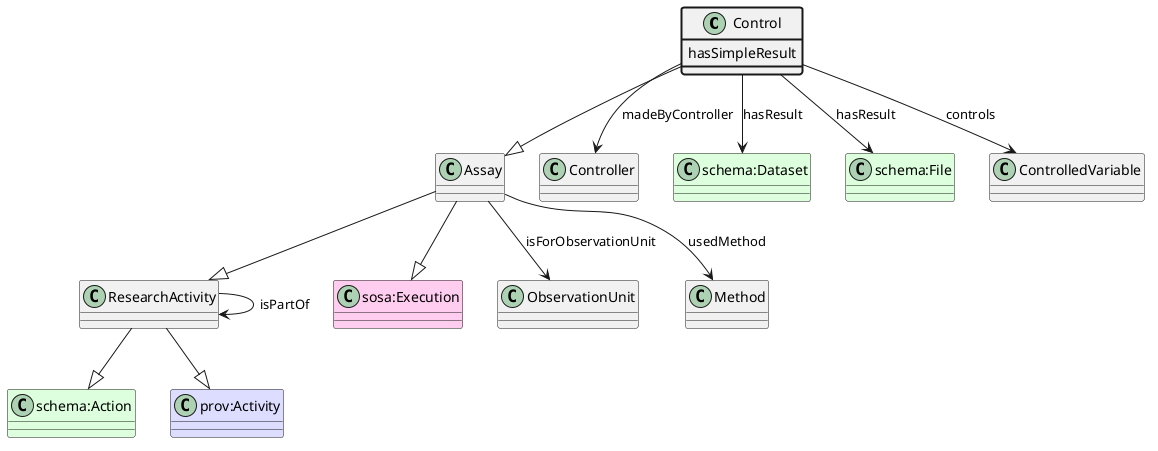
Earlier version of the PlantUML export ttl_uml/ttl_appn_Control.png (aus-plant-phenomics-network/appn-schema).
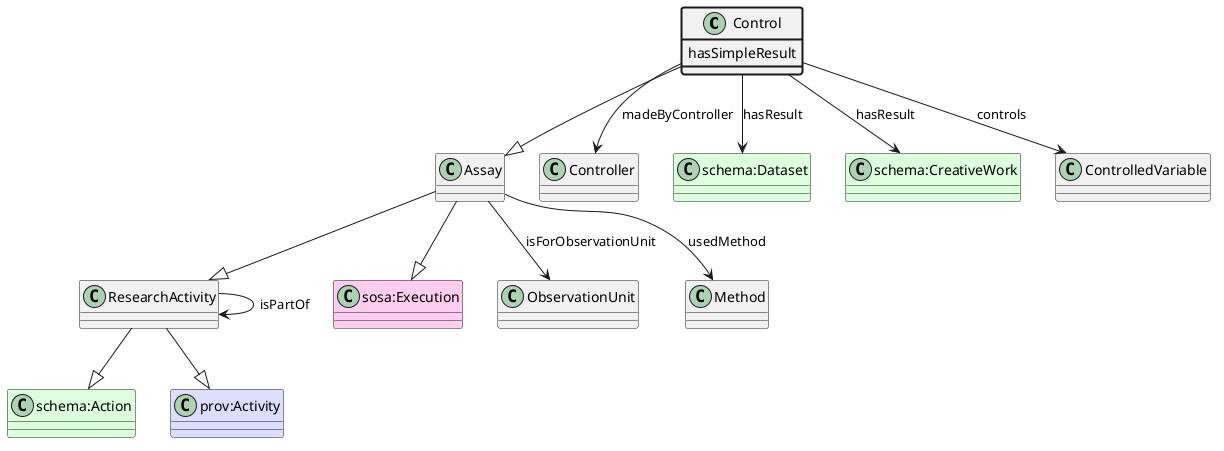
The same file after the commit.

Commit message:
schema:CreativeWork documentation

Change to the diagram source:
```diff
@@ -14,8 +14,8 @@
 Control --> Controller : madeByController
 class "schema:Dataset" #DDFFDD
 Control --> "schema:Dataset" : hasResult
-class "schema:File" #DDFFDD
-Control --> "schema:File" : hasResult
+class "schema:CreativeWork" #DDFFDD
+Control --> "schema:CreativeWork" : hasResult
 class Control #line.bold {
     hasSimpleResult
 }
```
